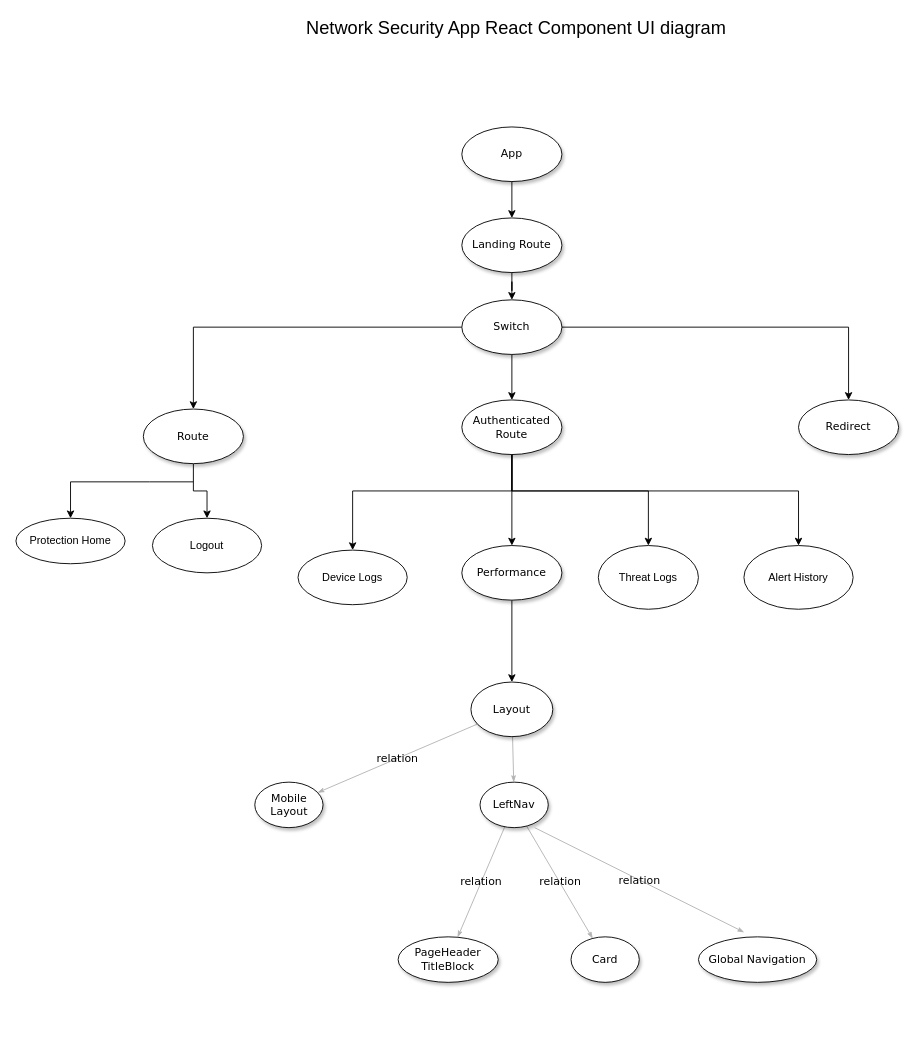
Before: front-end/React Component Diagram.drawio in jayanth0107/architecture-diagrams, a draw.io diagram. Source tidied: cells renumbered, new cells numbered last; positions are measured from the earlier drawing's top-left corner, leaving out a move shared by most shapes. Both pictures are drawn from the tidied source at 91%, with x=0, y=0 at pixel (15, 17).
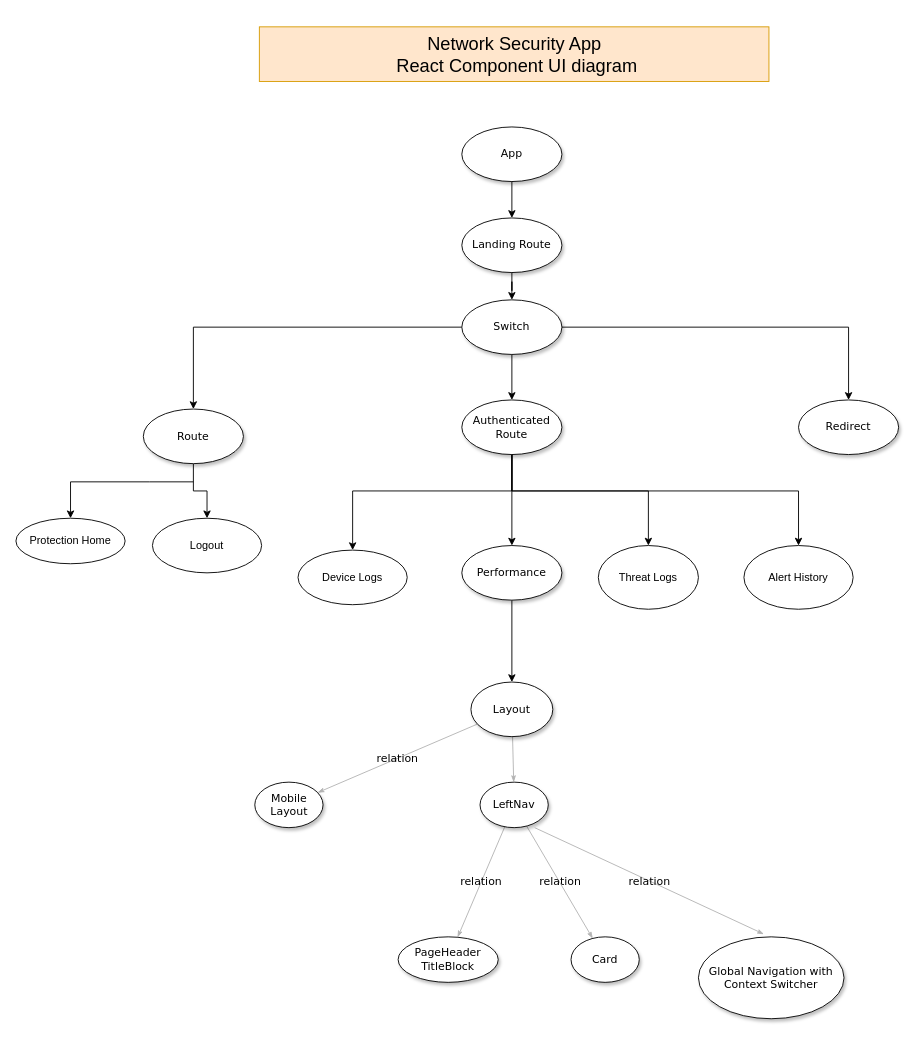
After the change.

The change refers to these unchanged cells:
```xml
<mxCell id="9" value="LeftNav" style="ellipse;whiteSpace=wrap;html=1;rounded=0;shadow=1;comic=0;labelBackgroundColor=none;strokeWidth=1;fontFamily=Verdana;fontSize=12;align=center;" parent="1" vertex="1">
  <mxGeometry x="510" y="840" width="75" height="50" as="geometry" />
</mxCell>
```

Diff of the diagram source:
```diff
@@
-    <mxCell id="35" value="&lt;span&gt;Global Navigation&lt;/span&gt;" style="ellipse;whiteSpace=wrap;html=1;rounded=0;shadow=1;comic=0;labelBackgroundColor=none;strokeWidth=1;fontFamily=Verdana;fontSize=12;align=center;" parent="1" vertex="1">
-      <mxGeometry x="750" y="1010" width="130" height="50" as="geometry" />
+    <mxCell id="35" value="&lt;span&gt;Global Navigation with Context Switcher&lt;/span&gt;" style="ellipse;whiteSpace=wrap;html=1;rounded=0;shadow=1;comic=0;labelBackgroundColor=none;strokeWidth=1;fontFamily=Verdana;fontSize=12;align=center;" parent="1" vertex="1">
+      <mxGeometry x="750" y="1010" width="160" height="90" as="geometry" />
     </mxCell>
-    <mxCell id="36" value="relation" style="edgeStyle=none;rounded=1;html=1;labelBackgroundColor=none;startArrow=none;startFill=0;startSize=5;endArrow=classicThin;endFill=1;endSize=5;jettySize=auto;strokeColor=#B3B3B3;strokeWidth=1;fontFamily=Verdana;fontSize=12;entryX=0.387;entryY=-0.1;entryDx=0;entryDy=0;entryPerimeter=0;exitX=0.8;exitY=1;exitDx=0;exitDy=0;exitPerimeter=0;" parent="1" edge="1" source="9" target="35">
+    <mxCell id="36" value="relation" style="edgeStyle=none;rounded=1;html=1;labelBackgroundColor=none;startArrow=none;startFill=0;startSize=5;endArrow=classicThin;endFill=1;endSize=5;jettySize=auto;strokeColor=#B3B3B3;strokeWidth=1;fontFamily=Verdana;fontSize=12;entryX=0.45;entryY=-0.033;entryDx=0;entryDy=0;entryPerimeter=0;exitX=0.8;exitY=1;exitDx=0;exitDy=0;exitPerimeter=0;" parent="1" edge="1" source="9" target="35">
       <mxGeometry relative="1" as="geometry" />
     </mxCell>
-    <mxCell id="37" value="&lt;font style=&quot;font-size: 20px&quot;&gt;Network Security App React Component UI diagram&lt;/font&gt;" style="text;html=1;strokeColor=none;fillColor=none;align=center;verticalAlign=middle;whiteSpace=wrap;rounded=0;" parent="1" vertex="1">
-      <mxGeometry x="270" width="560" height="20" as="geometry" />
+    <mxCell id="37" value="&lt;font style=&quot;font-size: 20px&quot;&gt;Network Security App&lt;br&gt;&amp;nbsp;React Component UI diagram&lt;/font&gt;" style="text;html=1;strokeColor=#d79b00;fillColor=#ffe6cc;align=center;verticalAlign=middle;whiteSpace=wrap;rounded=0;" parent="1" vertex="1">
+      <mxGeometry x="267.5" y="10" width="560" height="60" as="geometry" />
     </mxCell>
```
